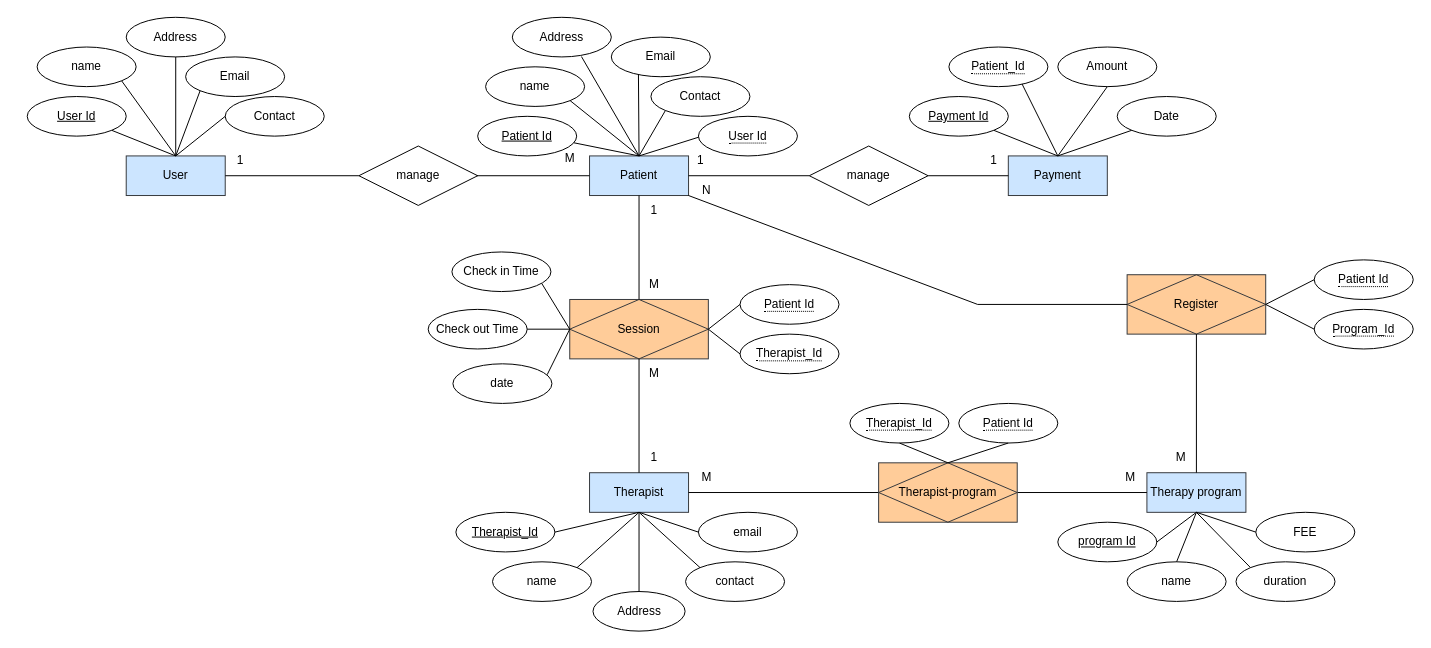
This is src/main/resources/ERDiagrem/Er For Hibernate.drawio from Dinuka0512/TheMentalTheraphyHelthFinal, a draw.io file, before an edit. Source tidied: cells renumbered, new cells numbered last; positions are measured from the earlier drawing's top-left corner, leaving out a move shared by most shapes. Both pictures are drawn from the tidied source at 99%, with x=0, y=0 at pixel (27, 17).
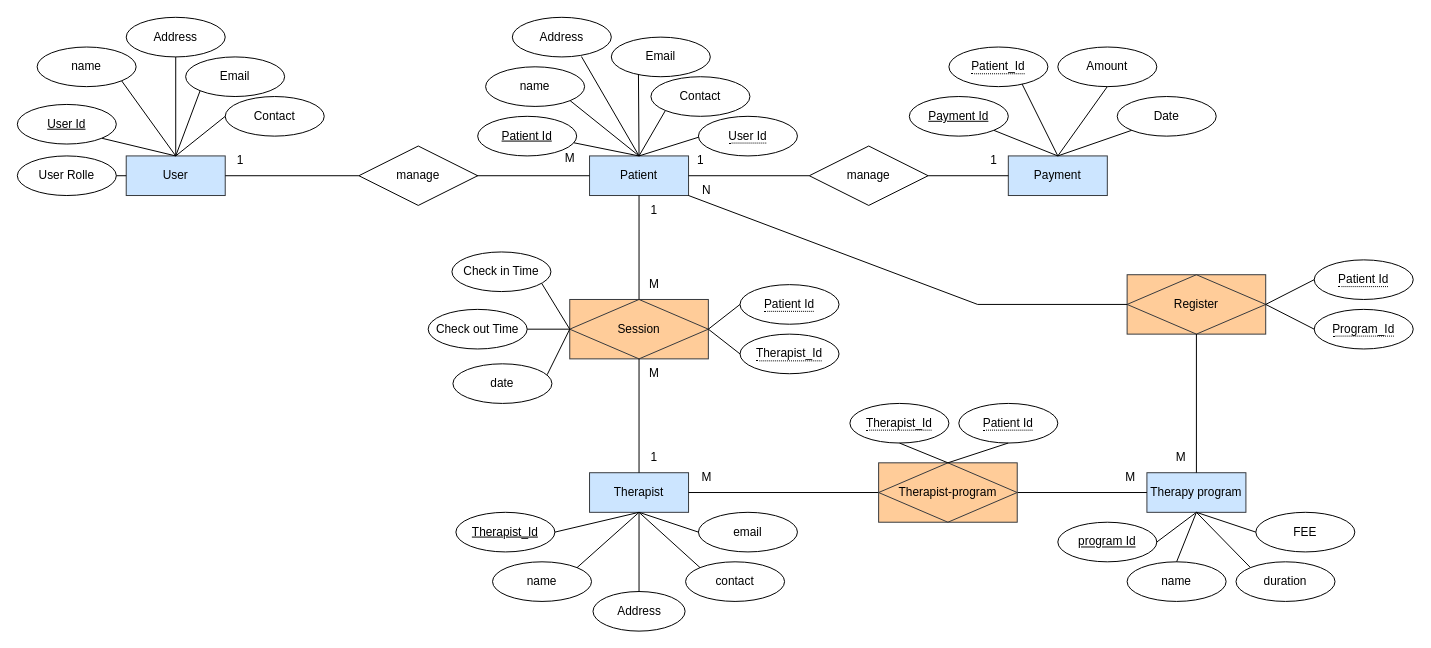
The same diagram, later.

The change refers to these unchanged cells:
```xml
<mxCell id="2" value="User" style="whiteSpace=wrap;html=1;align=center;fillColor=#cce5ff;strokeColor=#36393d;" parent="1" vertex="1">
  <mxGeometry x="100" y="140" width="100" height="40" as="geometry" />
</mxCell>
```

Diff of the diagram source:
```diff
@@
     <mxCell id="7" value="User Id" style="ellipse;whiteSpace=wrap;html=1;align=center;fontStyle=4;" parent="1" vertex="1">
-      <mxGeometry y="80" width="100" height="40" as="geometry" />
+      <mxGeometry x="-10" y="88" width="100" height="40" as="geometry" />
     </mxCell>
@@
+    <mxCell id="100" value="User Rolle" style="ellipse;whiteSpace=wrap;html=1;align=center;" parent="1" vertex="1">
+      <mxGeometry x="-10" y="140" width="100" height="40" as="geometry" />
+    </mxCell>
+    <mxCell id="101" style="endArrow=none;html=1;rounded=0;entryX=1;entryY=0.5;entryDx=0;entryDy=0;exitX=0;exitY=0.5;exitDx=0;exitDy=0;" parent="1" edge="1" source="2" target="100">
+      <mxGeometry relative="1" as="geometry" />
+    </mxCell>
```
